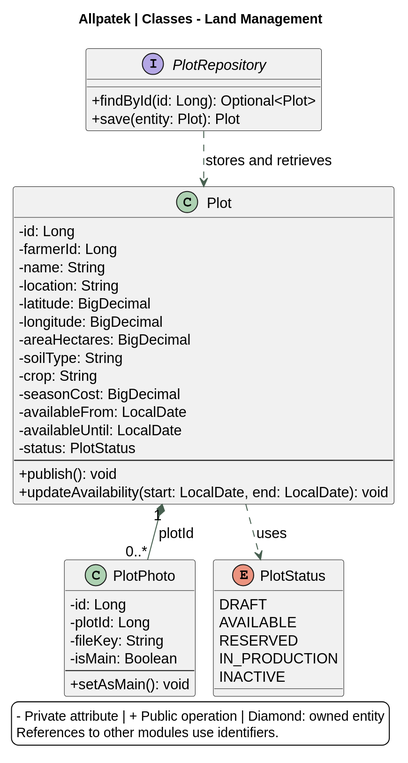
The PlantUML diagram assets/chapter-04/architecture/09-classes-plots.svg in upc-pre-202620-1asi0729-7753-Terranova/allpatek-report, before a commit.
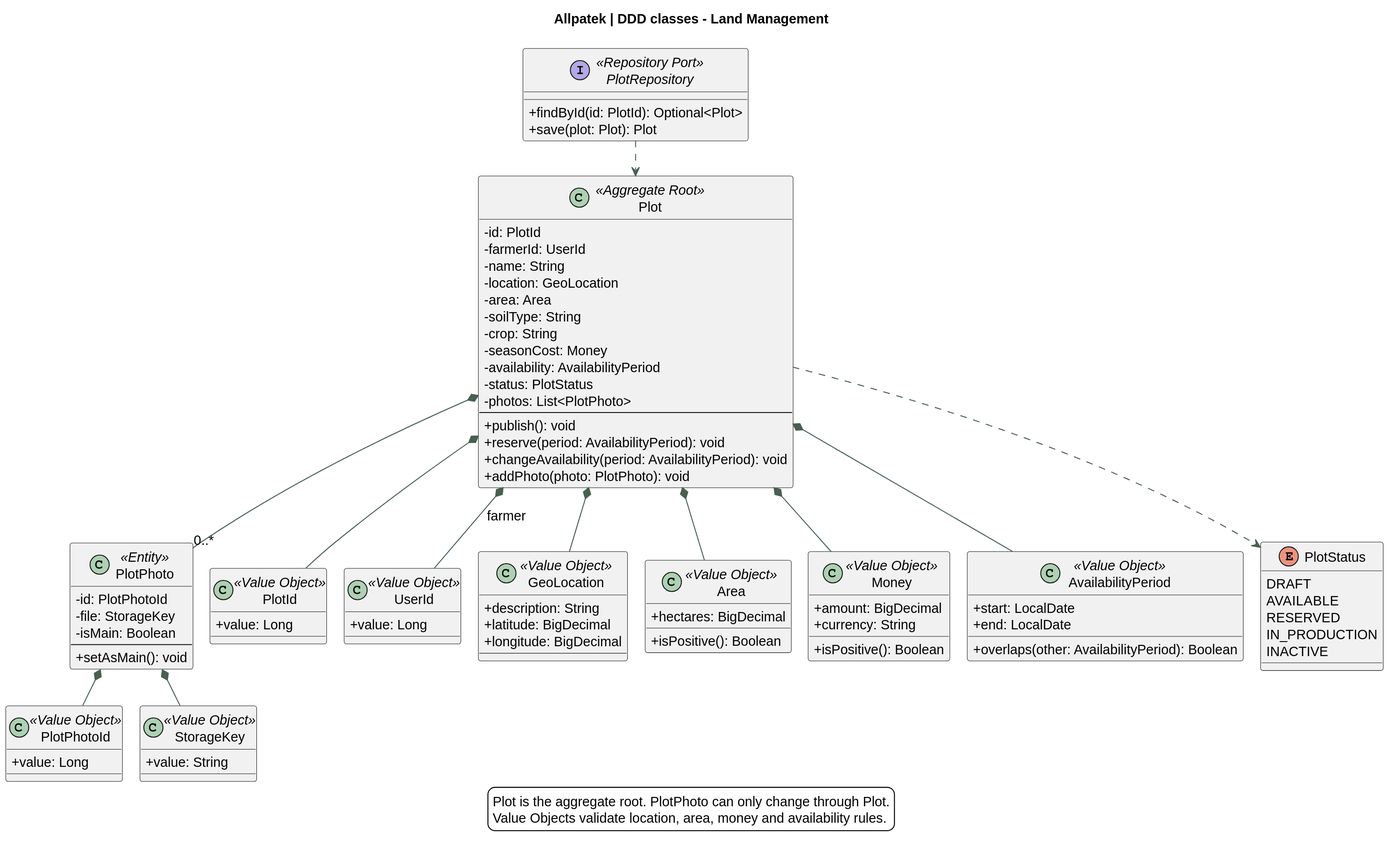
The same file after the commit.

The edit, as a diff of the source:
```diff
@@ -2,55 +2,100 @@
 !pragma layout smetana
 skinparam backgroundColor white
 skinparam defaultFontName SansSerif
-skinparam defaultFontSize 15
+skinparam defaultFontSize 14
 skinparam shadowing false
 skinparam classAttributeIconSize 0
 skinparam ArrowColor #476050
 skinparam dpi 140
-title Allpatek | Classes - Land Management
+title Allpatek | DDD classes - Land Management
 top to bottom direction
-class Plot {
- -id: Long
- -farmerId: Long
+
+class Plot <<Aggregate Root>> {
+ -id: PlotId
+ -farmerId: UserId
  -name: String
- -location: String
- -latitude: BigDecimal
- -longitude: BigDecimal
- -areaHectares: BigDecimal
+ -location: GeoLocation
+ -area: Area
  -soilType: String
  -crop: String
- -seasonCost: BigDecimal
- -availableFrom: LocalDate
- -availableUntil: LocalDate
+ -seasonCost: Money
+ -availability: AvailabilityPeriod
  -status: PlotStatus
+ -photos: List<PlotPhoto>
  --
-+publish(): void
-+updateAvailability(start: LocalDate, end: LocalDate): void
+ +publish(): void
+ +reserve(period: AvailabilityPeriod): void
+ +changeAvailability(period: AvailabilityPeriod): void
+ +addPhoto(photo: PlotPhoto): void
 }
-class PlotPhoto {
- -id: Long
- -plotId: Long
- -fileKey: String
+
+class PlotPhoto <<Entity>> {
+ -id: PlotPhotoId
+ -file: StorageKey
  -isMain: Boolean
  --
-+setAsMain(): void
+ +setAsMain(): void
 }
+
+class PlotId <<Value Object>> {
+ +value: Long
+}
+class PlotPhotoId <<Value Object>> {
+ +value: Long
+}
+class UserId <<Value Object>> {
+ +value: Long
+}
+class GeoLocation <<Value Object>> {
+ +description: String
+ +latitude: BigDecimal
+ +longitude: BigDecimal
+}
+class Area <<Value Object>> {
+ +hectares: BigDecimal
+ +isPositive(): Boolean
+}
+class Money <<Value Object>> {
+ +amount: BigDecimal
+ +currency: String
+ +isPositive(): Boolean
+}
+class AvailabilityPeriod <<Value Object>> {
+ +start: LocalDate
+ +end: LocalDate
+ +overlaps(other: AvailabilityPeriod): Boolean
+}
+class StorageKey <<Value Object>> {
+ +value: String
+}
+
 enum PlotStatus {
-DRAFT
-AVAILABLE
-RESERVED
-IN_PRODUCTION
-INACTIVE
+ DRAFT
+ AVAILABLE
+ RESERVED
+ IN_PRODUCTION
+ INACTIVE
 }
-Plot ..> PlotStatus : uses
-interface PlotRepository {
- +findById(id: Long): Optional<Plot>
- +save(entity: Plot): Plot
+
+interface PlotRepository <<Repository Port>> {
+ +findById(id: PlotId): Optional<Plot>
+ +save(plot: Plot): Plot
 }
-PlotRepository ..> Plot : stores and retrieves
-Plot "1" *-- "0..*" PlotPhoto : plotId
+
+Plot *-- PlotId
+Plot *-- UserId : farmer
+Plot *-- GeoLocation
+Plot *-- Area
+Plot *-- Money
+Plot *-- AvailabilityPeriod
+Plot *-- "0..*" PlotPhoto
+PlotPhoto *-- PlotPhotoId
+PlotPhoto *-- StorageKey
+Plot ..> PlotStatus
+PlotRepository ..> Plot
+
 legend bottom
-- Private attribute | + Public operation | Diamond: owned entity
-References to other modules use identifiers.
+Plot is the aggregate root. PlotPhoto can only change through Plot.
+Value Objects validate location, area, money and availability rules.
 endlegend
 @enduml
```
